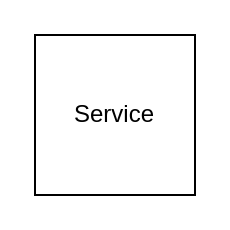
This is Untitled Diagram.drawio from beeplaced/beeplaced, a draw.io file, before an edit. Source tidied: cells renumbered, new cells numbered last; positions are measured from the earlier drawing's top-left corner, leaving out a move shared by most shapes. Both pictures are drawn from the tidied source at 200%, with x=0, y=0 at pixel (34, 34).
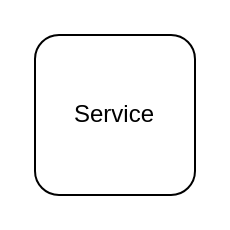
Above is the later version.

The edit, as a diff of the source:
```diff
@@
 <mxGraphModel>
   <root>
     <mxCell id="0" />
     <mxCell id="1" parent="0" />
-    <mxCell id="2" value="Service" style="whiteSpace=wrap;html=1;" parent="1" vertex="1">
+    <mxCell id="2" value="Service" style="whiteSpace=wrap;html=1;rounded=1;" parent="1" vertex="1">
       <mxGeometry width="80" height="80" as="geometry" />
     </mxCell>
   </root>
 </mxGraphModel>
```
